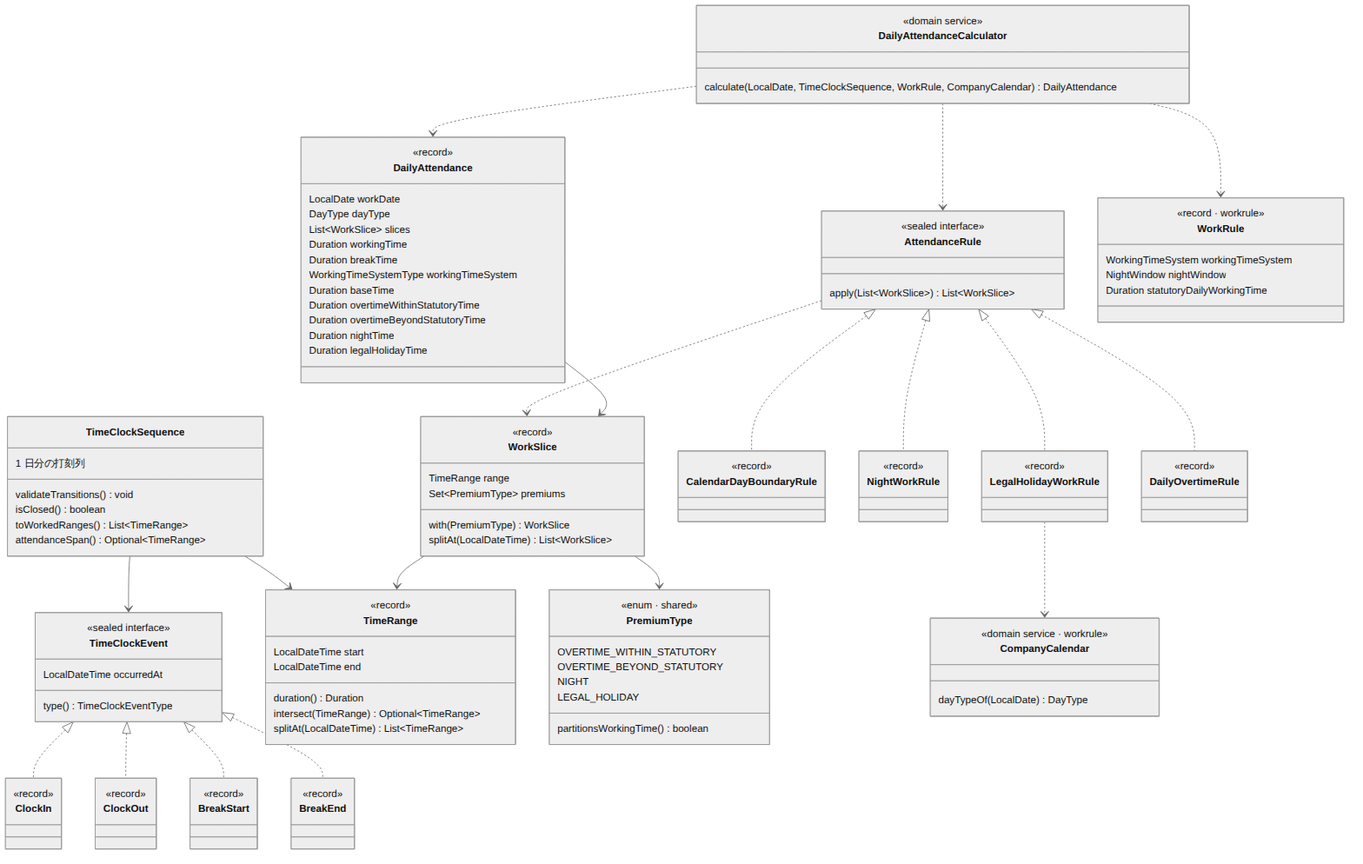
Above: doc/02_詳細設計/03_勤怠_打刻と日次集計/images/ドメインモデル.png in masaki-i02/newJavaProject (Mermaid), before the change. Its source is kept beside it as doc/02_詳細設計/03_勤怠_打刻と日次集計/diagrams/ドメインモデル.mmd.
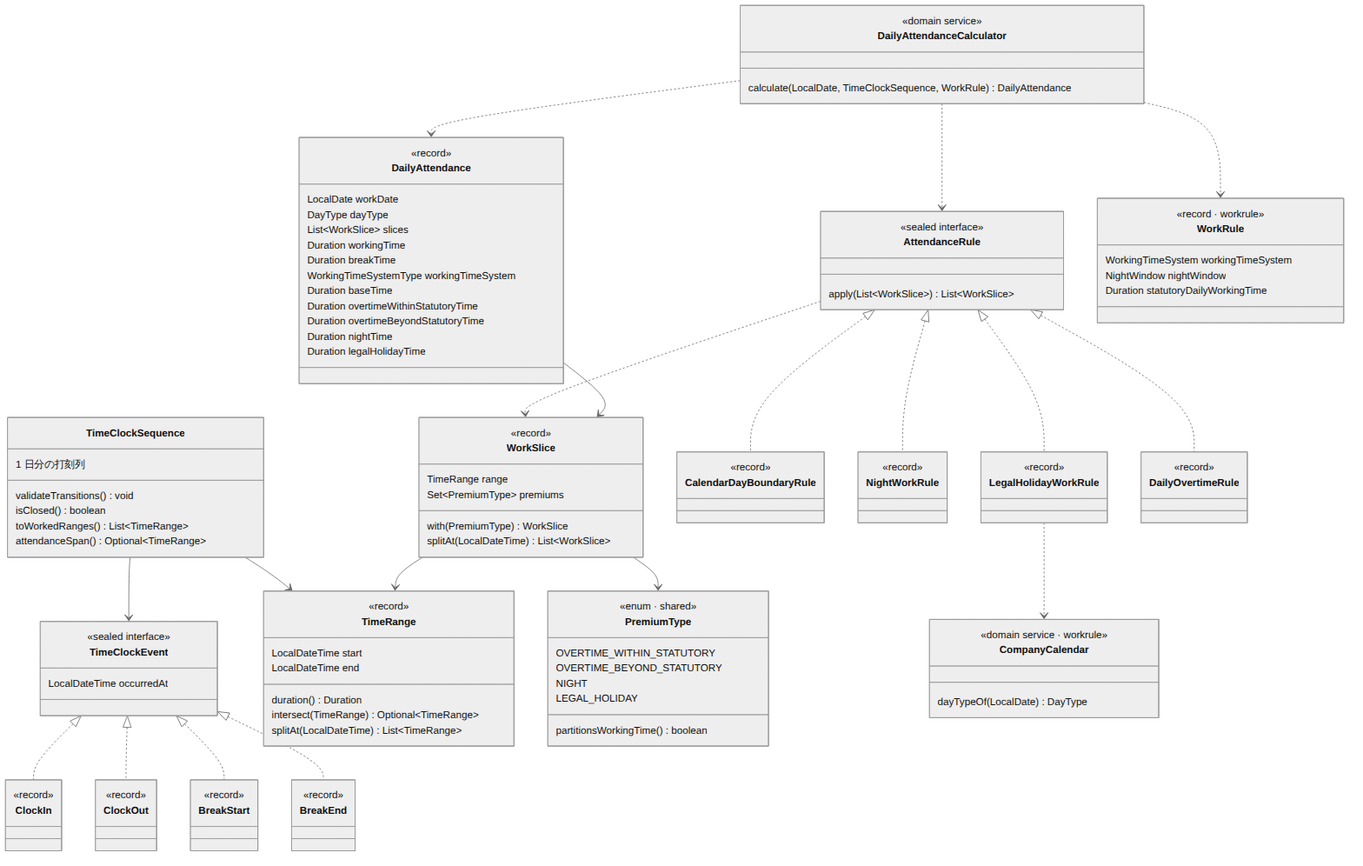
Later version of the same file.

Change to the diagram source:
```diff
@@ -4,7 +4,6 @@
     class TimeClockEvent {
         <<sealed interface>>
         LocalDateTime occurredAt
-        type() TimeClockEventType
     }
     class ClockIn { <<record>> }
     class ClockOut { <<record>> }
@@ -65,7 +64,7 @@
     }
     class DailyAttendanceCalculator {
         <<domain service>>
-        calculate(LocalDate, TimeClockSequence, WorkRule, CompanyCalendar) DailyAttendance
+        calculate(LocalDate, TimeClockSequence, WorkRule) DailyAttendance
     }
     class WorkRule {
         <<record · workrule>>
```
